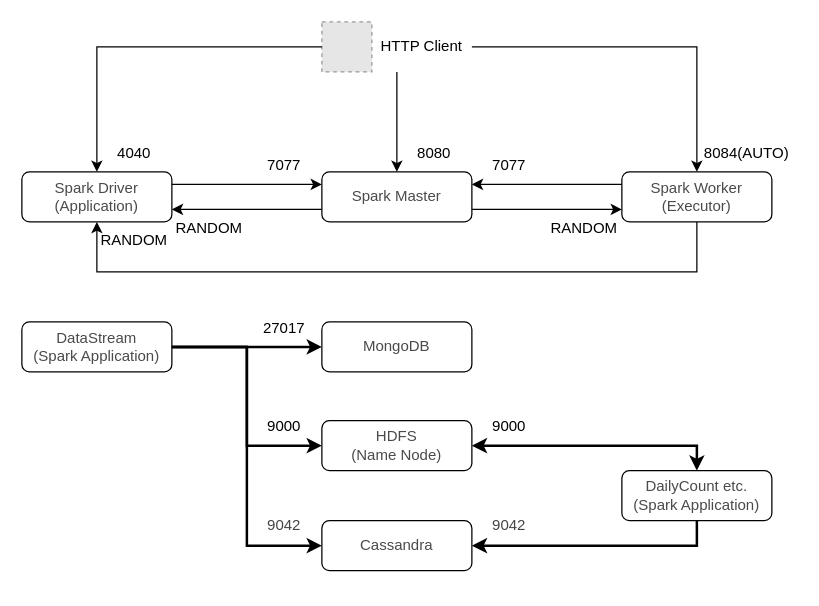
mata-elang-stable/DevelopersGuide keeps this draw.io diagram as page "Spark" (12 of 20) of Developer's Guide/MataElang Services 1.0.drawio. Above is the earlier version. Source tidied: cells renumbered, new cells numbered last; positions are measured from the earlier drawing's top-left corner, leaving out a move shared by most shapes. Both pictures are drawn from the tidied source at 125%, with x=0, y=0 at pixel (21, 21). Pictures stored in the file or linked from it are replaced by grey dashed boxes.
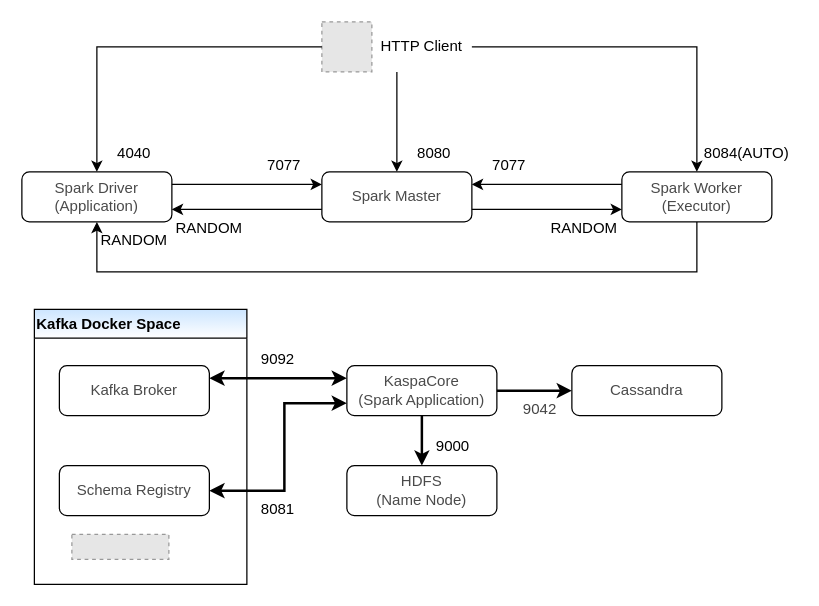
Above is the later version.

The edit, as a diff of the source:
```diff
@@
-    <mxCell id="25" style="group;" parent="1" vertex="1">
-      <mxGeometry y="230" width="600" height="209" as="geometry" />
-    </mxCell>
-    <mxCell id="26" value="&lt;font color=&quot;#4a4a4a&quot;&gt;&lt;span style=&quot;background-color: rgb(255 , 255 , 255)&quot;&gt;DataStream&lt;br&gt;(Spark Application)&lt;br&gt;&lt;/span&gt;&lt;/font&gt;" style="rounded=1;whiteSpace=wrap;html=1;fontSize=12;glass=0;strokeWidth=1;shadow=0;" parent="25" vertex="1">
-      <mxGeometry y="10" width="120" height="40" as="geometry" />
-    </mxCell>
-    <mxCell id="27" value="&lt;font color=&quot;#4a4a4a&quot;&gt;&lt;span style=&quot;background-color: rgb(255 , 255 , 255)&quot;&gt;MongoDB&lt;br&gt;&lt;/span&gt;&lt;/font&gt;" style="rounded=1;whiteSpace=wrap;html=1;fontSize=12;glass=0;strokeWidth=1;shadow=0;" parent="25" vertex="1">
-      <mxGeometry x="240" y="10" width="120" height="40" as="geometry" />
-    </mxCell>
+    <mxCell id="41" style="group;" parent="1" vertex="1">
+      <mxGeometry x="10" y="230" width="550" height="220" as="geometry" />
+    </mxCell>
+    <mxCell id="42" value="&lt;font color=&quot;#4a4a4a&quot;&gt;&lt;span style=&quot;background-color: rgb(255 , 255 , 255)&quot;&gt;Kafka Broker&lt;/span&gt;&lt;/font&gt;" style="rounded=1;whiteSpace=wrap;html=1;fontSize=12;glass=0;strokeWidth=1;shadow=0;" parent="41" vertex="1">
+      <mxGeometry x="20" y="45" width="120" height="40" as="geometry" />
+    </mxCell>
+    <mxCell id="43" value="&lt;font color=&quot;#4a4a4a&quot;&gt;&lt;span style=&quot;background-color: rgb(255 , 255 , 255)&quot;&gt;Schema Registry&lt;/span&gt;&lt;/font&gt;" style="rounded=1;whiteSpace=wrap;html=1;fontSize=12;glass=0;strokeWidth=1;shadow=0;" parent="41" vertex="1">
+      <mxGeometry x="20" y="125" width="120" height="40" as="geometry" />
+    </mxCell>
+    <mxCell id="44" style="endArrow=classic;startArrow=classic;html=1;rounded=0;exitX=0;exitY=0.25;exitDx=0;exitDy=0;strokeWidth=2;" parent="41" edge="1" source="48">
+      <mxGeometry relative="1" as="geometry">
+        <mxPoint x="140" y="55" as="targetPoint" />
+      </mxGeometry>
+    </mxCell>
+    <mxCell id="45" style="endArrow=classic;startArrow=classic;html=1;rounded=0;strokeWidth=2;exitX=1;exitY=0.5;exitDx=0;exitDy=0;entryX=0;entryY=0.75;entryDx=0;entryDy=0;edgeStyle=orthogonalEdgeStyle;" parent="41" edge="1" source="43" target="48">
+      <mxGeometry relative="1" as="geometry">
+        <Array as="points">
+          <mxPoint x="200" y="145" />
+          <mxPoint x="200" y="75" />
+        </Array>
+      </mxGeometry>
+    </mxCell>
+    <mxCell id="46" value="9092" style="text;html=1;strokeColor=none;fillColor=none;align=center;verticalAlign=middle;whiteSpace=wrap;rounded=0;" parent="41" vertex="1">
+      <mxGeometry x="170" y="25" width="50" height="30" as="geometry" />
+    </mxCell>
+    <mxCell id="47" value="8081" style="text;html=1;strokeColor=none;fillColor=none;align=center;verticalAlign=middle;whiteSpace=wrap;rounded=0;" parent="41" vertex="1">
+      <mxGeometry x="170" y="145" width="50" height="30" as="geometry" />
+    </mxCell>
+    <mxCell id="48" value="&lt;font color=&quot;#4a4a4a&quot;&gt;&lt;span style=&quot;background-color: rgb(255 , 255 , 255)&quot;&gt;KaspaCore&lt;br&gt;&lt;/span&gt;&lt;/font&gt;&lt;span style=&quot;color: rgb(74 , 74 , 74) ; background-color: rgb(255 , 255 , 255)&quot;&gt;(Spark Application)&lt;/span&gt;&lt;font color=&quot;#4a4a4a&quot;&gt;&lt;span style=&quot;background-color: rgb(255 , 255 , 255)&quot;&gt;&lt;br&gt;&lt;/span&gt;&lt;/font&gt;" style="rounded=1;whiteSpace=wrap;html=1;fontSize=12;glass=0;strokeWidth=1;shadow=0;" parent="41" vertex="1">
+      <mxGeometry x="250" y="45" width="120" height="40" as="geometry" />
+    </mxCell>
-    <mxCell id="28" value="&lt;font color=&quot;#4a4a4a&quot;&gt;&lt;span style=&quot;background-color: rgb(255 , 255 , 255)&quot;&gt;HDFS&lt;br&gt;(Name Node)&lt;br&gt;&lt;/span&gt;&lt;/font&gt;" style="rounded=1;whiteSpace=wrap;html=1;fontSize=12;glass=0;strokeWidth=1;shadow=0;" parent="25" vertex="1">
-      <mxGeometry x="240" y="89" width="120" height="40" as="geometry" />
+    <mxCell id="28" value="&lt;font color=&quot;#4a4a4a&quot;&gt;&lt;span style=&quot;background-color: rgb(255 , 255 , 255)&quot;&gt;HDFS&lt;br&gt;(Name Node)&lt;br&gt;&lt;/span&gt;&lt;/font&gt;" style="rounded=1;whiteSpace=wrap;html=1;fontSize=12;glass=0;strokeWidth=1;shadow=0;" parent="41" vertex="1">
+      <mxGeometry x="250" y="125" width="120" height="40" as="geometry" />
     </mxCell>
-    <mxCell id="29" value="&lt;font color=&quot;#4a4a4a&quot;&gt;&lt;span style=&quot;background-color: rgb(255 , 255 , 255)&quot;&gt;Cassandra&lt;br&gt;&lt;/span&gt;&lt;/font&gt;" style="rounded=1;whiteSpace=wrap;html=1;fontSize=12;glass=0;strokeWidth=1;shadow=0;" parent="25" vertex="1">
-      <mxGeometry x="240" y="169" width="120" height="40" as="geometry" />
+    <mxCell id="29" value="&lt;font color=&quot;#4a4a4a&quot;&gt;&lt;span style=&quot;background-color: rgb(255 , 255 , 255)&quot;&gt;Cassandra&lt;br&gt;&lt;/span&gt;&lt;/font&gt;" style="rounded=1;whiteSpace=wrap;html=1;fontSize=12;glass=0;strokeWidth=1;shadow=0;" parent="41" vertex="1">
+      <mxGeometry x="430" y="45" width="120" height="40" as="geometry" />
     </mxCell>
-    <mxCell id="30" style="edgeStyle=orthogonalEdgeStyle;rounded=0;jettySize=auto;html=1;exitX=0.5;exitY=1;exitDx=0;exitDy=0;startArrow=none;startFill=0;endArrow=classic;endFill=1;entryX=1;entryY=0.5;entryDx=0;entryDy=0;strokeWidth=2;" parent="25" edge="1" source="31" target="29">
-      <mxGeometry relative="1" as="geometry" />
-    </mxCell>
-    <mxCell id="31" value="&lt;font color=&quot;#4a4a4a&quot;&gt;&lt;span style=&quot;background-color: rgb(255 , 255 , 255)&quot;&gt;DailyCount etc.&lt;br&gt;(Spark Application)&lt;br&gt;&lt;/span&gt;&lt;/font&gt;" style="rounded=1;whiteSpace=wrap;html=1;fontSize=12;glass=0;strokeWidth=1;shadow=0;" parent="25" vertex="1">
-      <mxGeometry x="480" y="129" width="120" height="40" as="geometry" />
-    </mxCell>
-    <mxCell id="32" style="endArrow=classic;html=1;rounded=0;edgeStyle=orthogonalEdgeStyle;exitX=1;exitY=0.5;exitDx=0;exitDy=0;entryX=0;entryY=0.5;entryDx=0;entryDy=0;strokeWidth=2;" parent="25" edge="1" source="26" target="27">
-      <mxGeometry relative="1" as="geometry" />
-    </mxCell>
-    <mxCell id="33" style="endArrow=classic;html=1;rounded=0;edgeStyle=orthogonalEdgeStyle;exitX=1;exitY=0.5;exitDx=0;exitDy=0;entryX=0;entryY=0.5;entryDx=0;entryDy=0;strokeWidth=2;" parent="25" edge="1" source="26" target="28">
-      <mxGeometry relative="1" as="geometry" />
-    </mxCell>
-    <mxCell id="34" style="endArrow=classic;html=1;rounded=0;exitX=1;exitY=0.5;exitDx=0;exitDy=0;startArrow=classic;startFill=1;strokeWidth=2;entryX=0.5;entryY=0;entryDx=0;entryDy=0;edgeStyle=orthogonalEdgeStyle;" parent="25" edge="1" source="28" target="31">
-      <mxGeometry relative="1" as="geometry" />
-    </mxCell>
-    <mxCell id="35" style="endArrow=classic;html=1;rounded=0;edgeStyle=orthogonalEdgeStyle;exitX=1;exitY=0.5;exitDx=0;exitDy=0;entryX=0;entryY=0.5;entryDx=0;entryDy=0;strokeWidth=2;" parent="25" edge="1" source="26" target="29">
-      <mxGeometry relative="1" as="geometry" />
-    </mxCell>
-    <mxCell id="36" value="27017" style="text;html=1;strokeColor=none;fillColor=none;align=center;verticalAlign=middle;whiteSpace=wrap;rounded=0;" parent="25" vertex="1">
-      <mxGeometry x="180" width="60" height="30" as="geometry" />
-    </mxCell>
-    <mxCell id="37" value="9000" style="text;html=1;strokeColor=none;fillColor=none;align=center;verticalAlign=middle;whiteSpace=wrap;rounded=0;" parent="25" vertex="1">
-      <mxGeometry x="180" y="79" width="60" height="30" as="geometry" />
-    </mxCell>
-    <mxCell id="38" value="9000" style="text;html=1;strokeColor=none;fillColor=none;align=center;verticalAlign=middle;whiteSpace=wrap;rounded=0;" parent="25" vertex="1">
-      <mxGeometry x="360" y="79" width="60" height="30" as="geometry" />
-    </mxCell>
-    <mxCell id="39" value="&lt;span style=&quot;color: rgb(68, 68, 68); font-size: 12px; font-style: normal; font-weight: 400; letter-spacing: normal; text-indent: 0px; text-transform: none; word-spacing: 0px; background-color: rgb(255, 255, 255); display: inline; float: none;&quot;&gt;9042&lt;/span&gt;" style="text;whiteSpace=wrap;html=1;align=center;" parent="25" vertex="1">
-      <mxGeometry x="180" y="159" width="60" height="30" as="geometry" />
-    </mxCell>
-    <mxCell id="40" value="&lt;span style=&quot;color: rgb(68, 68, 68); font-size: 12px; font-style: normal; font-weight: 400; letter-spacing: normal; text-indent: 0px; text-transform: none; word-spacing: 0px; background-color: rgb(255, 255, 255); display: inline; float: none;&quot;&gt;9042&lt;/span&gt;" style="text;whiteSpace=wrap;html=1;align=center;" parent="25" vertex="1">
-      <mxGeometry x="360" y="159" width="60" height="30" as="geometry" />
-    </mxCell>
+    <mxCell id="49" style="endArrow=classic;html=1;rounded=0;exitX=0.5;exitY=1;exitDx=0;exitDy=0;strokeWidth=2;" parent="41" edge="1" source="48" target="28">
+      <mxGeometry relative="1" as="geometry" />
+    </mxCell>
+    <mxCell id="50" style="endArrow=classic;html=1;rounded=0;exitX=1;exitY=0.5;exitDx=0;exitDy=0;entryX=0;entryY=0.5;entryDx=0;entryDy=0;strokeWidth=2;" parent="41" edge="1" source="48" target="29">
+      <mxGeometry relative="1" as="geometry" />
+    </mxCell>
+    <mxCell id="51" value="9000" style="text;html=1;strokeColor=none;fillColor=none;align=center;verticalAlign=middle;whiteSpace=wrap;rounded=0;" parent="41" vertex="1">
+      <mxGeometry x="310" y="95" width="50" height="30" as="geometry" />
+    </mxCell>
+    <mxCell id="52" value="&lt;span style=&quot;color: rgb(68 , 68 , 68) ; font-size: 12px ; font-style: normal ; font-weight: 400 ; letter-spacing: normal ; text-indent: 0px ; text-transform: none ; word-spacing: 0px ; background-color: rgb(255 , 255 , 255) ; display: inline ; float: none&quot;&gt;9042&lt;/span&gt;" style="text;whiteSpace=wrap;html=1;align=right;verticalAlign=middle;" parent="41" vertex="1">
+      <mxGeometry x="370" y="65" width="50" height="30" as="geometry" />
+    </mxCell>
+    <mxCell id="53" value="Kafka Docker Space" style="swimlane;strokeColor=default;fillColor=#CCE5FF;align=left;gradientColor=#ffffff;swimlaneFillColor=none;" parent="41" vertex="1">
+      <mxGeometry width="170" height="220" as="geometry" />
+    </mxCell>
+    <mxCell id="54" style="fillColor=#E6E6E6;strokeColor=#999999;dashed=1;verticalLabelPosition=bottom;labelBackgroundColor=#ffffff;verticalAlign=top;" parent="53" vertex="1">
+      <mxGeometry x="30" y="180" width="77.6" height="20" as="geometry" />
+    </mxCell>
+    <mxCell id="55" style="edgeStyle=none;rounded=0;orthogonalLoop=1;jettySize=auto;html=1;exitX=0.5;exitY=1;exitDx=0;exitDy=0;" parent="41" edge="1" source="46" target="46">
+      <mxGeometry relative="1" as="geometry" />
+    </mxCell>
```
